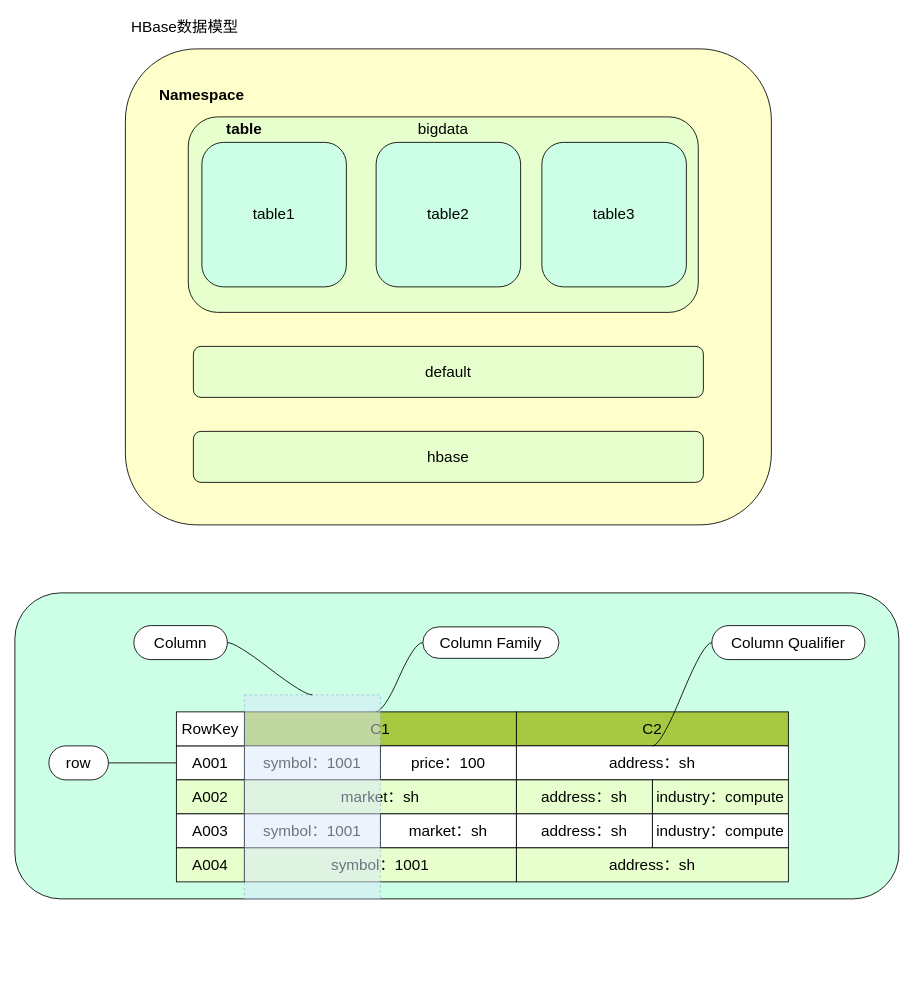
Before: hbase.drawio in 1553010490/drawio_repository, a draw.io diagram. Source tidied: cells renumbered, new cells numbered last; positions are measured from the earlier drawing's top-left corner, leaving out a move shared by most shapes. Both pictures are drawn from the tidied source at 85%, with x=0, y=0 at pixel (14, 14).
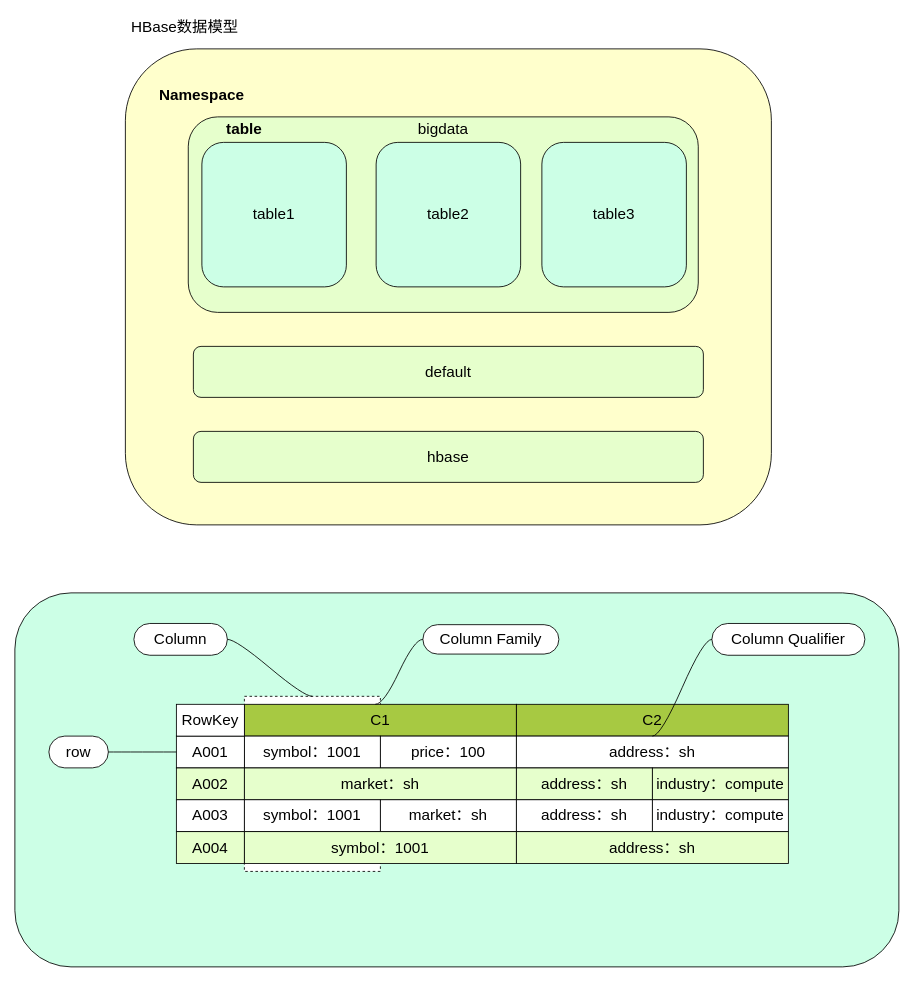
Above is the later version.

Diff of the diagram source:
```diff
@@
-    <mxCell id="2" style="rounded=1;whiteSpace=wrap;html=1;fillColor=#FFFFCC;" parent="1" vertex="1">
-      <mxGeometry x="130" y="40" width="760" height="560" as="geometry" />
-    </mxCell>
-    <mxCell id="3" value="&lt;font style=&quot;font-size: 18px;&quot;&gt;HBase数据模型&lt;/font&gt;" style="text;html=1;strokeColor=none;fillColor=none;align=center;verticalAlign=middle;whiteSpace=wrap;rounded=0;" parent="1" vertex="1">
-      <mxGeometry x="130" width="140" height="30" as="geometry" />
-    </mxCell>
-    <mxCell id="4" value="&lt;font style=&quot;font-size: 18px;&quot;&gt;&lt;b&gt;Namespace&lt;/b&gt;&lt;/font&gt;" style="text;html=1;strokeColor=none;fillColor=none;align=center;verticalAlign=middle;whiteSpace=wrap;rounded=0;" parent="1" vertex="1">
-      <mxGeometry x="170" y="80" width="100" height="30" as="geometry" />
-    </mxCell>
-    <mxCell id="5" value="&lt;font style=&quot;font-size: 18px;&quot;&gt;hbase&lt;/font&gt;" style="rounded=1;whiteSpace=wrap;html=1;fillColor=#E6FFCC;" parent="1" vertex="1">
-      <mxGeometry x="210" y="490" width="600" height="60" as="geometry" />
-    </mxCell>
-    <mxCell id="6" value="&lt;font style=&quot;font-size: 18px;&quot;&gt;default&lt;/font&gt;" style="rounded=1;whiteSpace=wrap;html=1;fillColor=#E6FFCC;" parent="1" vertex="1">
-      <mxGeometry x="210" y="390" width="600" height="60" as="geometry" />
-    </mxCell>
-    <mxCell id="7" style="rounded=1;whiteSpace=wrap;html=1;fillColor=#E6FFCC;" parent="1" vertex="1">
-      <mxGeometry x="204" y="120" width="600" height="230" as="geometry" />
-    </mxCell>
-    <mxCell id="8" value="&lt;font style=&quot;font-size: 18px;&quot;&gt;bigdata&lt;/font&gt;" style="text;html=1;strokeColor=none;fillColor=none;align=center;verticalAlign=middle;whiteSpace=wrap;rounded=0;" parent="1" vertex="1">
-      <mxGeometry x="474" y="120" width="60" height="30" as="geometry" />
-    </mxCell>
-    <mxCell id="9" value="&lt;font style=&quot;font-size: 18px;&quot;&gt;table1&lt;/font&gt;" style="rounded=1;whiteSpace=wrap;html=1;fillColor=#CCFFE6;" parent="1" vertex="1">
-      <mxGeometry x="220" y="150" width="170" height="170" as="geometry" />
-    </mxCell>
-    <mxCell id="10" value="&lt;font style=&quot;font-size: 18px;&quot;&gt;&lt;b&gt;table&lt;/b&gt;&lt;/font&gt;" style="text;html=1;strokeColor=none;fillColor=none;align=center;verticalAlign=middle;whiteSpace=wrap;rounded=0;" parent="1" vertex="1">
-      <mxGeometry x="240" y="120" width="60" height="30" as="geometry" />
-    </mxCell>
-    <mxCell id="11" value="&lt;font style=&quot;font-size: 18px;&quot;&gt;table2&lt;/font&gt;" style="rounded=1;whiteSpace=wrap;html=1;fillColor=#CCFFE6;" parent="1" vertex="1">
-      <mxGeometry x="425" y="150" width="170" height="170" as="geometry" />
-    </mxCell>
-    <mxCell id="12" value="&lt;font style=&quot;font-size: 18px;&quot;&gt;table3&lt;/font&gt;" style="rounded=1;whiteSpace=wrap;html=1;fillColor=#CCFFE6;" parent="1" vertex="1">
-      <mxGeometry x="620" y="150" width="170" height="170" as="geometry" />
-    </mxCell>
     <mxCell id="13" style="group;" parent="1" vertex="1">
-      <mxGeometry y="680" width="1040" height="470" as="geometry" />
+      <mxGeometry y="680" width="1040" height="440" as="geometry" />
     </mxCell>
     <mxCell id="14" style="rounded=1;whiteSpace=wrap;html=1;fillColor=#CCFFE6;" parent="13" vertex="1">
-      <mxGeometry width="1040" height="360" as="geometry" />
+      <mxGeometry width="1040" height="440" as="geometry" />
     </mxCell>
+    <mxCell id="42" style="rounded=0;whiteSpace=wrap;html=1;dashed=1;" parent="13" vertex="1">
+      <mxGeometry x="270" y="121.7" width="160" height="206" as="geometry" />
+    </mxCell>
     <mxCell id="15" style="group;" parent="13" vertex="1">
-      <mxGeometry x="190" y="140" width="720" height="200" as="geometry" />
+      <mxGeometry x="190" y="131.1" width="720" height="187.2" as="geometry" />
     </mxCell>
     <mxCell id="16" value="&lt;font style=&quot;font-size: 18px;&quot;&gt;C1&lt;/font&gt;" style="rounded=0;whiteSpace=wrap;html=1;fillColor=#A7C942;" parent="15" vertex="1">
-      <mxGeometry x="80" width="320" height="40" as="geometry" />
+      <mxGeometry x="80" width="320" height="37.4" as="geometry" />
     </mxCell>
     <mxCell id="17" value="&lt;font style=&quot;font-size: 18px;&quot;&gt;symbol：1001&lt;/font&gt;" style="rounded=0;whiteSpace=wrap;html=1;" parent="15" vertex="1">
-      <mxGeometry x="80" y="40" width="160" height="40" as="geometry" />
+      <mxGeometry x="80" y="37.4" width="160" height="37.4" as="geometry" />
     </mxCell>
     <mxCell id="18" value="&lt;font style=&quot;font-size: 18px;&quot;&gt;price：100&lt;/font&gt;" style="rounded=0;whiteSpace=wrap;html=1;" parent="15" vertex="1">
-      <mxGeometry x="240" y="40" width="160" height="40" as="geometry" />
+      <mxGeometry x="240" y="37.4" width="160" height="37.4" as="geometry" />
     </mxCell>
     <mxCell id="19" value="A001" style="rounded=0;whiteSpace=wrap;html=1;fontSize=18;" parent="15" vertex="1">
-      <mxGeometry y="40" width="80" height="40" as="geometry" />
+      <mxGeometry y="37.4" width="80" height="37.4" as="geometry" />
     </mxCell>
     <mxCell id="20" value="A002" style="rounded=0;whiteSpace=wrap;html=1;fontSize=18;fillColor=#E6FFCC;" parent="15" vertex="1">
-      <mxGeometry y="80" width="80" height="40" as="geometry" />
+      <mxGeometry y="74.9" width="80" height="37.4" as="geometry" />
     </mxCell>
     <mxCell id="21" value="A003" style="rounded=0;whiteSpace=wrap;html=1;fontSize=18;" parent="15" vertex="1">
-      <mxGeometry y="120" width="80" height="40" as="geometry" />
+      <mxGeometry y="112.3" width="80" height="37.4" as="geometry" />
     </mxCell>
     <mxCell id="22" value="A004" style="rounded=0;whiteSpace=wrap;html=1;fontSize=18;fillColor=#E6FFCC;" parent="15" vertex="1">
-      <mxGeometry y="160" width="80" height="40" as="geometry" />
+      <mxGeometry y="149.8" width="80" height="37.4" as="geometry" />
     </mxCell>
     <mxCell id="23" value="&lt;font style=&quot;font-size: 18px;&quot;&gt;market：sh&lt;/font&gt;" style="rounded=0;whiteSpace=wrap;html=1;fillColor=#E6FFCC;" parent="15" vertex="1">
-      <mxGeometry x="80" y="80" width="320" height="40" as="geometry" />
+      <mxGeometry x="80" y="74.9" width="320" height="37.4" as="geometry" />
     </mxCell>
     <mxCell id="24" value="&lt;font style=&quot;font-size: 18px;&quot;&gt;symbol：1001&lt;/font&gt;" style="rounded=0;whiteSpace=wrap;html=1;" parent="15" vertex="1">
-      <mxGeometry x="80" y="120" width="160" height="40" as="geometry" />
+      <mxGeometry x="80" y="112.3" width="160" height="37.4" as="geometry" />
     </mxCell>
     <mxCell id="25" value="&lt;font style=&quot;font-size: 18px;&quot;&gt;market：sh&lt;/font&gt;" style="rounded=0;whiteSpace=wrap;html=1;" parent="15" vertex="1">
-      <mxGeometry x="240" y="120" width="160" height="40" as="geometry" />
+      <mxGeometry x="240" y="112.3" width="160" height="37.4" as="geometry" />
     </mxCell>
     <mxCell id="26" value="&lt;font style=&quot;font-size: 18px;&quot;&gt;symbol：1001&lt;/font&gt;" style="rounded=0;whiteSpace=wrap;html=1;fillColor=#E6FFCC;" parent="15" vertex="1">
-      <mxGeometry x="80" y="160" width="320" height="40" as="geometry" />
+      <mxGeometry x="80" y="149.8" width="320" height="37.4" as="geometry" />
     </mxCell>
     <mxCell id="27" value="&lt;font style=&quot;font-size: 18px;&quot;&gt;RowKey&lt;/font&gt;" style="rounded=0;whiteSpace=wrap;html=1;" parent="15" vertex="1">
-      <mxGeometry width="80" height="40" as="geometry" />
+      <mxGeometry width="80" height="37.4" as="geometry" />
     </mxCell>
     <mxCell id="28" style="group;" parent="15" vertex="1">
-      <mxGeometry x="400" width="320" height="200" as="geometry" />
+      <mxGeometry x="400" width="320" height="187.2" as="geometry" />
     </mxCell>
     <mxCell id="29" value="&lt;font style=&quot;font-size: 18px;&quot;&gt;C2&lt;/font&gt;" style="rounded=0;whiteSpace=wrap;html=1;fillColor=#A7C942;" parent="28" vertex="1">
-      <mxGeometry width="320" height="40" as="geometry" />
+      <mxGeometry width="320" height="37.4" as="geometry" />
     </mxCell>
     <mxCell id="30" value="&lt;font style=&quot;font-size: 18px;&quot;&gt;address：sh&lt;/font&gt;" style="rounded=0;whiteSpace=wrap;html=1;" parent="28" vertex="1">
-      <mxGeometry y="40" width="320" height="40" as="geometry" />
+      <mxGeometry y="37.4" width="320" height="37.4" as="geometry" />
     </mxCell>
     <mxCell id="31" value="&lt;font style=&quot;font-size: 18px;&quot;&gt;address：sh&lt;/font&gt;" style="rounded=0;whiteSpace=wrap;html=1;fillColor=#E6FFCC;" parent="28" vertex="1">
-      <mxGeometry y="80" width="160" height="40" as="geometry" />
+      <mxGeometry y="74.9" width="160" height="37.4" as="geometry" />
     </mxCell>
     <mxCell id="32" value="&lt;font style=&quot;font-size: 18px;&quot;&gt;industry：compute&lt;/font&gt;" style="rounded=0;whiteSpace=wrap;html=1;fillColor=#E6FFCC;" parent="28" vertex="1">
-      <mxGeometry x="160" y="80" width="160" height="40" as="geometry" />
+      <mxGeometry x="160" y="74.9" width="160" height="37.4" as="geometry" />
     </mxCell>
     <mxCell id="33" value="&lt;font style=&quot;font-size: 18px;&quot;&gt;address：sh&lt;/font&gt;" style="rounded=0;whiteSpace=wrap;html=1;" parent="28" vertex="1">
-      <mxGeometry y="120" width="160" height="40" as="geometry" />
+      <mxGeometry y="112.3" width="160" height="37.4" as="geometry" />
     </mxCell>
     <mxCell id="34" value="&lt;font style=&quot;font-size: 18px;&quot;&gt;industry：compute&lt;/font&gt;" style="rounded=0;whiteSpace=wrap;html=1;" parent="28" vertex="1">
-      <mxGeometry x="160" y="120" width="160" height="40" as="geometry" />
+      <mxGeometry x="160" y="112.3" width="160" height="37.4" as="geometry" />
     </mxCell>
     <mxCell id="35" value="&lt;font style=&quot;font-size: 18px;&quot;&gt;address：sh&lt;/font&gt;" style="rounded=0;whiteSpace=wrap;html=1;fillColor=#E6FFCC;" parent="28" vertex="1">
-      <mxGeometry y="160" width="320" height="40" as="geometry" />
+      <mxGeometry y="149.8" width="320" height="37.4" as="geometry" />
     </mxCell>
     <mxCell id="36" value="&lt;font style=&quot;font-size: 18px;&quot;&gt;row&lt;/font&gt;" style="whiteSpace=wrap;html=1;rounded=1;arcSize=50;align=center;verticalAlign=middle;strokeWidth=1;spacing=4;newEdgeStyle={&quot;edgeStyle&quot;:&quot;entityRelationEdgeStyle&quot;,&quot;startArrow&quot;:&quot;none&quot;,&quot;endArrow&quot;:&quot;none&quot;,&quot;segment&quot;:10,&quot;curved&quot;:1,&quot;sourcePerimeterSpacing&quot;:0,&quot;targetPerimeterSpacing&quot;:0};" parent="13" vertex="1">
-      <mxGeometry x="40" y="180" width="70" height="40" as="geometry" />
+      <mxGeometry x="40" y="168.5" width="70" height="37.4" as="geometry" />
     </mxCell>
     <mxCell id="37" style="edgeStyle=entityRelationEdgeStyle;startArrow=none;endArrow=none;segment=10;curved=1;sourcePerimeterSpacing=0;targetPerimeterSpacing=0;rounded=0;exitX=0;exitY=0.5;exitDx=0;exitDy=0;" parent="13" edge="1" source="19" target="36">
       <mxGeometry relative="1" as="geometry">
         <Array as="points">
-          <mxPoint x="380" y="470" />
-          <mxPoint x="340" y="470" />
+          <mxPoint x="380" y="440" />
+          <mxPoint x="340" y="440" />
         </Array>
       </mxGeometry>
     </mxCell>
     <mxCell id="38" value="&lt;p&gt;&lt;font style=&quot;font-size: 18px;&quot;&gt;Column Family&lt;/font&gt;&lt;/p&gt;" style="whiteSpace=wrap;html=1;rounded=1;arcSize=50;align=center;verticalAlign=middle;strokeWidth=1;spacing=4;newEdgeStyle={&quot;edgeStyle&quot;:&quot;entityRelationEdgeStyle&quot;,&quot;startArrow&quot;:&quot;none&quot;,&quot;endArrow&quot;:&quot;none&quot;,&quot;segment&quot;:10,&quot;curved&quot;:1,&quot;sourcePerimeterSpacing&quot;:0,&quot;targetPerimeterSpacing&quot;:0};" parent="13" vertex="1">
-      <mxGeometry x="480" y="40" width="160" height="37" as="geometry" />
+      <mxGeometry x="480" y="37.4" width="160" height="34.6" as="geometry" />
     </mxCell>
     <mxCell id="39" style="edgeStyle=entityRelationEdgeStyle;startArrow=none;endArrow=none;segment=10;curved=1;sourcePerimeterSpacing=0;targetPerimeterSpacing=0;rounded=0;exitX=0.5;exitY=0;exitDx=0;exitDy=0;" parent="13" edge="1" target="38">
       <mxGeometry relative="1" as="geometry">
-        <mxPoint x="424" y="140" as="sourcePoint" />
+        <mxPoint x="424" y="131.1" as="sourcePoint" />
       </mxGeometry>
     </mxCell>
     <mxCell id="40" value="&lt;p&gt;&lt;font style=&quot;font-size: 18px;&quot;&gt;Column Qualifier&lt;/font&gt;&lt;/p&gt;" style="whiteSpace=wrap;html=1;rounded=1;arcSize=50;align=center;verticalAlign=middle;strokeWidth=1;spacing=4;newEdgeStyle={&quot;edgeStyle&quot;:&quot;entityRelationEdgeStyle&quot;,&quot;startArrow&quot;:&quot;none&quot;,&quot;endArrow&quot;:&quot;none&quot;,&quot;segment&quot;:10,&quot;curved&quot;:1,&quot;sourcePerimeterSpacing&quot;:0,&quot;targetPerimeterSpacing&quot;:0};" parent="13" vertex="1">
-      <mxGeometry x="820" y="38.5" width="180" height="40" as="geometry" />
+      <mxGeometry x="820" y="36" width="180" height="37.4" as="geometry" />
     </mxCell>
     <mxCell id="41" style="edgeStyle=entityRelationEdgeStyle;startArrow=none;endArrow=none;segment=10;curved=1;sourcePerimeterSpacing=0;targetPerimeterSpacing=0;rounded=0;exitX=0.5;exitY=1;exitDx=0;exitDy=0;" parent="13" edge="1" source="29" target="40">
       <mxGeometry relative="1" as="geometry">
         <Array as="points">
-          <mxPoint x="680" y="70" />
+          <mxPoint x="680" y="65.5" />
         </Array>
       </mxGeometry>
     </mxCell>
-    <mxCell id="42" style="rounded=0;whiteSpace=wrap;html=1;dashed=1;fillColor=#dae8fc;strokeColor=#6c8ebf;opacity=50;" parent="13" vertex="1">
-      <mxGeometry x="270" y="120" width="160" height="240" as="geometry" />
-    </mxCell>
     <mxCell id="43" value="&lt;font style=&quot;font-size: 18px;&quot;&gt;Column&lt;/font&gt;" style="whiteSpace=wrap;html=1;rounded=1;arcSize=50;align=center;verticalAlign=middle;strokeWidth=1;spacing=4;newEdgeStyle={&quot;edgeStyle&quot;:&quot;entityRelationEdgeStyle&quot;,&quot;startArrow&quot;:&quot;none&quot;,&quot;endArrow&quot;:&quot;none&quot;,&quot;segment&quot;:10,&quot;curved&quot;:1,&quot;sourcePerimeterSpacing&quot;:0,&quot;targetPerimeterSpacing&quot;:0};" parent="13" vertex="1">
-      <mxGeometry x="140" y="38.5" width="110" height="40" as="geometry" />
+      <mxGeometry x="140" y="36" width="110" height="37.4" as="geometry" />
     </mxCell>
@@
+    <mxCell id="2" style="rounded=1;whiteSpace=wrap;html=1;fillColor=#FFFFCC;" parent="1" vertex="1">
+      <mxGeometry x="130" y="40" width="760" height="560" as="geometry" />
+    </mxCell>
+    <mxCell id="3" value="&lt;font style=&quot;font-size: 18px;&quot;&gt;HBase数据模型&lt;/font&gt;" style="text;html=1;strokeColor=none;fillColor=none;align=center;verticalAlign=middle;whiteSpace=wrap;rounded=0;" parent="1" vertex="1">
+      <mxGeometry x="130" width="140" height="30" as="geometry" />
+    </mxCell>
+    <mxCell id="4" value="&lt;font style=&quot;font-size: 18px;&quot;&gt;&lt;b&gt;Namespace&lt;/b&gt;&lt;/font&gt;" style="text;html=1;strokeColor=none;fillColor=none;align=center;verticalAlign=middle;whiteSpace=wrap;rounded=0;" parent="1" vertex="1">
+      <mxGeometry x="170" y="80" width="100" height="30" as="geometry" />
+    </mxCell>
+    <mxCell id="5" value="&lt;font style=&quot;font-size: 18px;&quot;&gt;hbase&lt;/font&gt;" style="rounded=1;whiteSpace=wrap;html=1;fillColor=#E6FFCC;" parent="1" vertex="1">
+      <mxGeometry x="210" y="490" width="600" height="60" as="geometry" />
+    </mxCell>
+    <mxCell id="6" value="&lt;font style=&quot;font-size: 18px;&quot;&gt;default&lt;/font&gt;" style="rounded=1;whiteSpace=wrap;html=1;fillColor=#E6FFCC;" parent="1" vertex="1">
+      <mxGeometry x="210" y="390" width="600" height="60" as="geometry" />
+    </mxCell>
+    <mxCell id="7" style="rounded=1;whiteSpace=wrap;html=1;fillColor=#E6FFCC;" parent="1" vertex="1">
+      <mxGeometry x="204" y="120" width="600" height="230" as="geometry" />
+    </mxCell>
+    <mxCell id="8" value="&lt;font style=&quot;font-size: 18px;&quot;&gt;bigdata&lt;/font&gt;" style="text;html=1;strokeColor=none;fillColor=none;align=center;verticalAlign=middle;whiteSpace=wrap;rounded=0;" parent="1" vertex="1">
+      <mxGeometry x="474" y="120" width="60" height="30" as="geometry" />
+    </mxCell>
+    <mxCell id="9" value="&lt;font style=&quot;font-size: 18px;&quot;&gt;table1&lt;/font&gt;" style="rounded=1;whiteSpace=wrap;html=1;fillColor=#CCFFE6;" parent="1" vertex="1">
+      <mxGeometry x="220" y="150" width="170" height="170" as="geometry" />
+    </mxCell>
+    <mxCell id="10" value="&lt;font style=&quot;font-size: 18px;&quot;&gt;&lt;b&gt;table&lt;/b&gt;&lt;/font&gt;" style="text;html=1;strokeColor=none;fillColor=none;align=center;verticalAlign=middle;whiteSpace=wrap;rounded=0;" parent="1" vertex="1">
+      <mxGeometry x="240" y="120" width="60" height="30" as="geometry" />
+    </mxCell>
+    <mxCell id="11" value="&lt;font style=&quot;font-size: 18px;&quot;&gt;table2&lt;/font&gt;" style="rounded=1;whiteSpace=wrap;html=1;fillColor=#CCFFE6;" parent="1" vertex="1">
+      <mxGeometry x="425" y="150" width="170" height="170" as="geometry" />
+    </mxCell>
+    <mxCell id="12" value="&lt;font style=&quot;font-size: 18px;&quot;&gt;table3&lt;/font&gt;" style="rounded=1;whiteSpace=wrap;html=1;fillColor=#CCFFE6;" parent="1" vertex="1">
+      <mxGeometry x="620" y="150" width="170" height="170" as="geometry" />
+    </mxCell>
```
